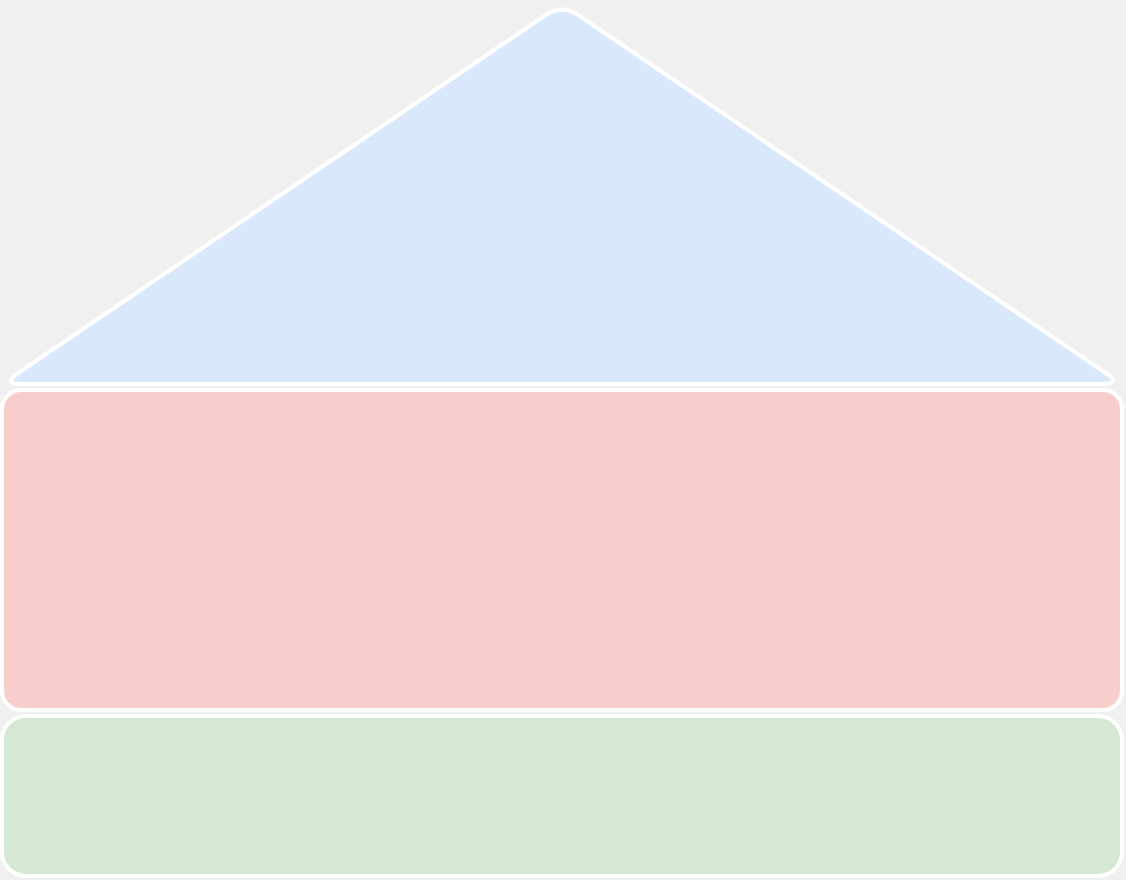
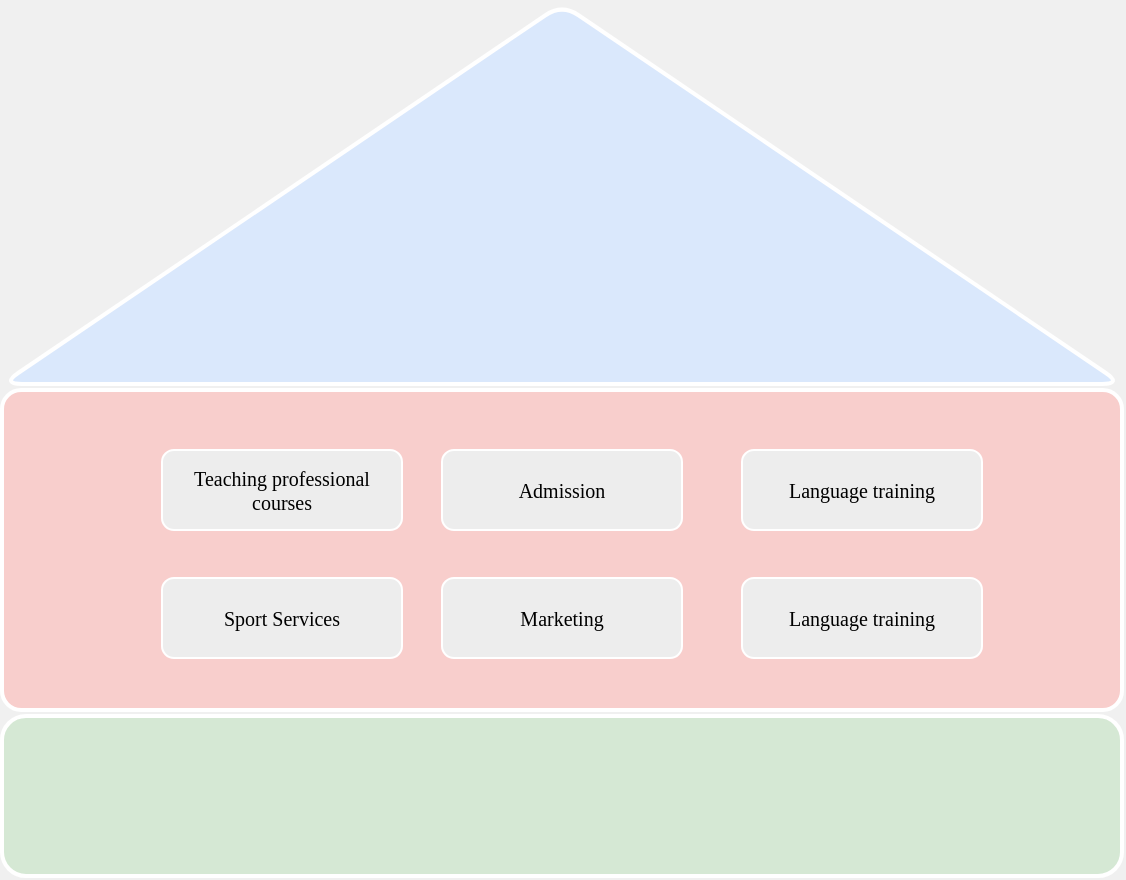
<mxfile host="app.diagrams.net" pages="2">
  <diagram name="template" id="SOK6mcKUl_gRXVUdCPKL">
    <mxGraphModel dx="1741" dy="1060" grid="1" gridSize="10" guides="1" tooltips="1" connect="1" arrows="1" fold="1" page="1" pageScale="1" pageWidth="1169" pageHeight="827" background="#F0F0F0" math="0" shadow="0">
      <root>
        <mxCell id="0" />
-         <mxCell id="1" parent="0" />
+         <mxCell id="1" parent="0" style="locked=1;" value="bg" />
        <mxCell id="Ld_krK5IUTc0g-FgCUqp-1" parent="1" style="rounded=1;whiteSpace=wrap;html=1;fillColor=#f8cecc;strokeColor=light-dark(#ffffff, #d7817e);strokeWidth=2;arcSize=6;" value="" vertex="1">
          <mxGeometry height="160" width="560" x="160" y="320" as="geometry" />
        </mxCell>
        <mxCell id="Ld_krK5IUTc0g-FgCUqp-2" parent="1" style="rounded=1;whiteSpace=wrap;html=1;fillColor=#d5e8d4;strokeColor=light-dark(#ffffff, #446e2c);strokeWidth=2;" value="" vertex="1">
          <mxGeometry height="80" width="560" x="160" y="483" as="geometry" />
        </mxCell>
        <mxCell id="Ld_krK5IUTc0g-FgCUqp-3" parent="1" style="triangle;whiteSpace=wrap;html=1;rotation=-90;fillColor=#dae8fc;strokeColor=light-dark(#ffffff, #5c79a3);rounded=1;strokeWidth=2;" value="" vertex="1">
          <mxGeometry height="560" width="190" x="345" y="-58" as="geometry" />
+         </mxCell>
+         <mxCell id="xa2NTbCY_2OZfD915SML-1" parent="0" style="locked=1;" value="components" />
+         <mxCell id="xa2NTbCY_2OZfD915SML-2" parent="xa2NTbCY_2OZfD915SML-1" style="rounded=1;whiteSpace=wrap;html=1;fontFamily=Google Sans;strokeColor=light-dark(#ffffff, #ededed);fillColor=light-dark(#ededed, #ededed);fontSize=10;spacing=2;" value="&lt;p&gt;Teaching professional courses&lt;/p&gt;" vertex="1">
+           <mxGeometry height="40" width="120" x="240" y="350" as="geometry" />
+         </mxCell>
+         <mxCell id="xa2NTbCY_2OZfD915SML-3" parent="xa2NTbCY_2OZfD915SML-1" style="rounded=1;whiteSpace=wrap;html=1;fontFamily=Google Sans;strokeColor=light-dark(#ffffff, #ededed);fillColor=light-dark(#ededed, #ededed);fontSize=10;spacing=2;" value="&lt;p&gt;Sport Services&lt;/p&gt;" vertex="1">
+           <mxGeometry height="40" width="120" x="240" y="414" as="geometry" />
+         </mxCell>
+         <mxCell id="xa2NTbCY_2OZfD915SML-4" parent="xa2NTbCY_2OZfD915SML-1" style="rounded=1;whiteSpace=wrap;html=1;fontFamily=Google Sans;strokeColor=light-dark(#ffffff, #ededed);fillColor=light-dark(#ededed, #ededed);fontSize=10;spacing=2;" value="&lt;p&gt;Admission&lt;/p&gt;" vertex="1">
+           <mxGeometry height="40" width="120" x="380" y="350" as="geometry" />
+         </mxCell>
+         <mxCell id="xa2NTbCY_2OZfD915SML-5" parent="xa2NTbCY_2OZfD915SML-1" style="rounded=1;whiteSpace=wrap;html=1;fontFamily=Google Sans;strokeColor=light-dark(#ffffff, #ededed);fillColor=light-dark(#ededed, #ededed);fontSize=10;spacing=2;" value="&lt;p&gt;Marketing&lt;/p&gt;" vertex="1">
+           <mxGeometry height="40" width="120" x="380" y="414" as="geometry" />
+         </mxCell>
+         <mxCell id="xa2NTbCY_2OZfD915SML-6" parent="xa2NTbCY_2OZfD915SML-1" style="rounded=1;whiteSpace=wrap;html=1;fontFamily=Google Sans;strokeColor=light-dark(#ffffff, #ededed);fillColor=light-dark(#ededed, #ededed);fontSize=10;spacing=2;" value="&lt;p&gt;Language training&lt;/p&gt;" vertex="1">
+           <mxGeometry height="40" width="120" x="530" y="414" as="geometry" />
+         </mxCell>
+         <mxCell id="xa2NTbCY_2OZfD915SML-7" parent="xa2NTbCY_2OZfD915SML-1" style="rounded=1;whiteSpace=wrap;html=1;fontFamily=Google Sans;strokeColor=light-dark(#ffffff, #ededed);fillColor=light-dark(#ededed, #ededed);fontSize=10;spacing=2;" value="&lt;p&gt;Language training&lt;/p&gt;" vertex="1">
+           <mxGeometry height="40" width="120" x="530" y="350" as="geometry" />
        </mxCell>
      </root>
    </mxGraphModel>
  </diagram>
  <diagram name="b02-bttl01" id="DX43LjSLDLYmKmloM37B">
    <mxGraphModel dx="1741" dy="1060" grid="1" gridSize="10" guides="1" tooltips="1" connect="1" arrows="1" fold="1" page="1" pageScale="1" pageWidth="1169" pageHeight="827" background="#F0F0F0" math="0" shadow="0">
      <root>
        <mxCell id="-oJJuqfXpFBwCzvDRcou-0" />
        <mxCell id="-oJJuqfXpFBwCzvDRcou-1" parent="-oJJuqfXpFBwCzvDRcou-0" style="locked=1;" value="bg" />
        <mxCell id="-oJJuqfXpFBwCzvDRcou-2" parent="-oJJuqfXpFBwCzvDRcou-1" style="rounded=1;whiteSpace=wrap;html=1;fillColor=#f8cecc;strokeColor=light-dark(#ffffff, #d7817e);strokeWidth=2;arcSize=6;" value="" vertex="1">
          <mxGeometry height="160" width="560" x="160" y="320" as="geometry" />
        </mxCell>
        <mxCell id="-oJJuqfXpFBwCzvDRcou-3" parent="-oJJuqfXpFBwCzvDRcou-1" style="rounded=1;whiteSpace=wrap;html=1;fillColor=#d5e8d4;strokeColor=light-dark(#ffffff, #446e2c);strokeWidth=2;" value="" vertex="1">
          <mxGeometry height="80" width="560" x="160" y="483" as="geometry" />
        </mxCell>
        <mxCell id="-oJJuqfXpFBwCzvDRcou-4" parent="-oJJuqfXpFBwCzvDRcou-1" style="triangle;whiteSpace=wrap;html=1;rotation=-90;fillColor=#dae8fc;strokeColor=light-dark(#ffffff, #5c79a3);rounded=1;strokeWidth=2;" value="" vertex="1">
          <mxGeometry height="560" width="190" x="345" y="-58" as="geometry" />
        </mxCell>
        <mxCell id="j6yCUPC9ZjDtKobpSrTq-7" parent="-oJJuqfXpFBwCzvDRcou-0" value="components" />
        <mxCell id="j6yCUPC9ZjDtKobpSrTq-8" parent="j6yCUPC9ZjDtKobpSrTq-7" style="rounded=1;whiteSpace=wrap;html=1;fontFamily=Google Sans;strokeColor=light-dark(#ffffff, #ededed);fillColor=light-dark(#ededed, #ededed);fontSize=10;spacing=2;" value="&lt;p&gt;Teaching professional courses&lt;/p&gt;" vertex="1">
          <mxGeometry height="40" width="120" x="230" y="350" as="geometry" />
        </mxCell>
        <mxCell id="j6yCUPC9ZjDtKobpSrTq-9" parent="j6yCUPC9ZjDtKobpSrTq-7" style="rounded=1;whiteSpace=wrap;html=1;fontFamily=Google Sans;strokeColor=light-dark(#ffffff, #ededed);fillColor=light-dark(#ededed, #ededed);fontSize=10;spacing=2;" value="&lt;p&gt;Sport Services&lt;/p&gt;" vertex="1">
          <mxGeometry height="40" width="120" x="230" y="414" as="geometry" />
        </mxCell>
        <mxCell id="j6yCUPC9ZjDtKobpSrTq-10" parent="j6yCUPC9ZjDtKobpSrTq-7" style="rounded=1;whiteSpace=wrap;html=1;fontFamily=Google Sans;strokeColor=light-dark(#ffffff, #ededed);fillColor=light-dark(#ededed, #ededed);fontSize=10;spacing=2;" value="&lt;p&gt;Admission&lt;/p&gt;" vertex="1">
          <mxGeometry height="40" width="120" x="370" y="350" as="geometry" />
        </mxCell>
        <mxCell id="j6yCUPC9ZjDtKobpSrTq-11" parent="j6yCUPC9ZjDtKobpSrTq-7" style="rounded=1;whiteSpace=wrap;html=1;fontFamily=Google Sans;strokeColor=light-dark(#ffffff, #ededed);fillColor=light-dark(#ededed, #ededed);fontSize=10;spacing=2;" value="&lt;p&gt;Marketing&lt;/p&gt;" vertex="1">
          <mxGeometry height="40" width="120" x="370" y="414" as="geometry" />
        </mxCell>
        <mxCell id="j6yCUPC9ZjDtKobpSrTq-12" parent="j6yCUPC9ZjDtKobpSrTq-7" style="rounded=1;whiteSpace=wrap;html=1;fontFamily=Google Sans;strokeColor=light-dark(#ffffff, #ededed);fillColor=light-dark(#ededed, #ededed);fontSize=10;spacing=2;" value="&lt;p&gt;Language training&lt;/p&gt;" vertex="1">
          <mxGeometry height="40" width="120" x="520" y="414" as="geometry" />
        </mxCell>
        <mxCell id="j6yCUPC9ZjDtKobpSrTq-13" parent="j6yCUPC9ZjDtKobpSrTq-7" style="rounded=1;whiteSpace=wrap;html=1;fontFamily=Google Sans;strokeColor=light-dark(#ffffff, #ededed);fillColor=light-dark(#ededed, #ededed);fontSize=10;spacing=2;" value="&lt;p&gt;Language training&lt;/p&gt;" vertex="1">
          <mxGeometry height="40" width="120" x="520" y="350" as="geometry" />
        </mxCell>
+         <mxCell id="KQ0Ay-tL_2Lo8PBnZVrt-0" parent="j6yCUPC9ZjDtKobpSrTq-7" style="rounded=1;whiteSpace=wrap;html=1;fontFamily=Google Sans;strokeColor=light-dark(#ffffff, #ededed);fillColor=light-dark(#ededed, #ededed);fontSize=10;spacing=2;" value="&lt;p&gt;IT&lt;/p&gt;" vertex="1">
+           <mxGeometry height="40" width="120" x="230" y="500" as="geometry" />
+         </mxCell>
+         <mxCell id="KQ0Ay-tL_2Lo8PBnZVrt-1" parent="j6yCUPC9ZjDtKobpSrTq-7" style="rounded=1;whiteSpace=wrap;html=1;fontFamily=Google Sans;strokeColor=light-dark(#ffffff, #ededed);fillColor=light-dark(#ededed, #ededed);fontSize=10;spacing=2;" value="&lt;p&gt;HR&lt;/p&gt;" vertex="1">
+           <mxGeometry height="40" width="120" x="370" y="500" as="geometry" />
+         </mxCell>
+         <mxCell id="KQ0Ay-tL_2Lo8PBnZVrt-2" parent="j6yCUPC9ZjDtKobpSrTq-7" style="rounded=1;whiteSpace=wrap;html=1;fontFamily=Google Sans;strokeColor=light-dark(#ffffff, #ededed);fillColor=light-dark(#ededed, #ededed);fontSize=10;spacing=2;" value="&lt;p&gt;Indirect procurement&lt;/p&gt;" vertex="1">
+           <mxGeometry height="40" width="120" x="520" y="500" as="geometry" />
+         </mxCell>
      </root>
    </mxGraphModel>
  </diagram>
</mxfile>
